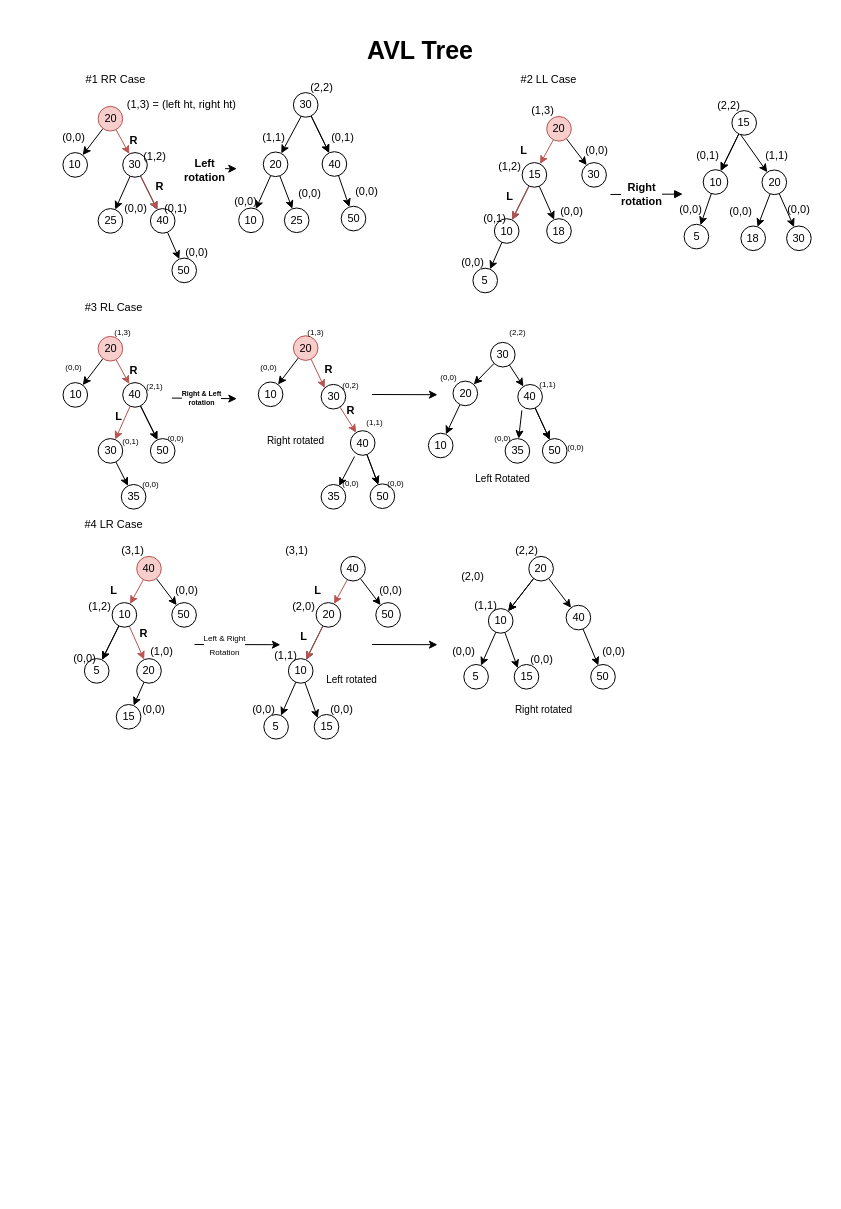
This is AVL.drawio from code-storm/hld-problems, a draw.io file, before an edit. Source tidied: cells renumbered, new cells numbered last; positions are measured from the earlier drawing's top-left corner, leaving out a move shared by most shapes. Both pictures are drawn from the tidied source at 100%, with x=0, y=0 at pixel (17, 34).
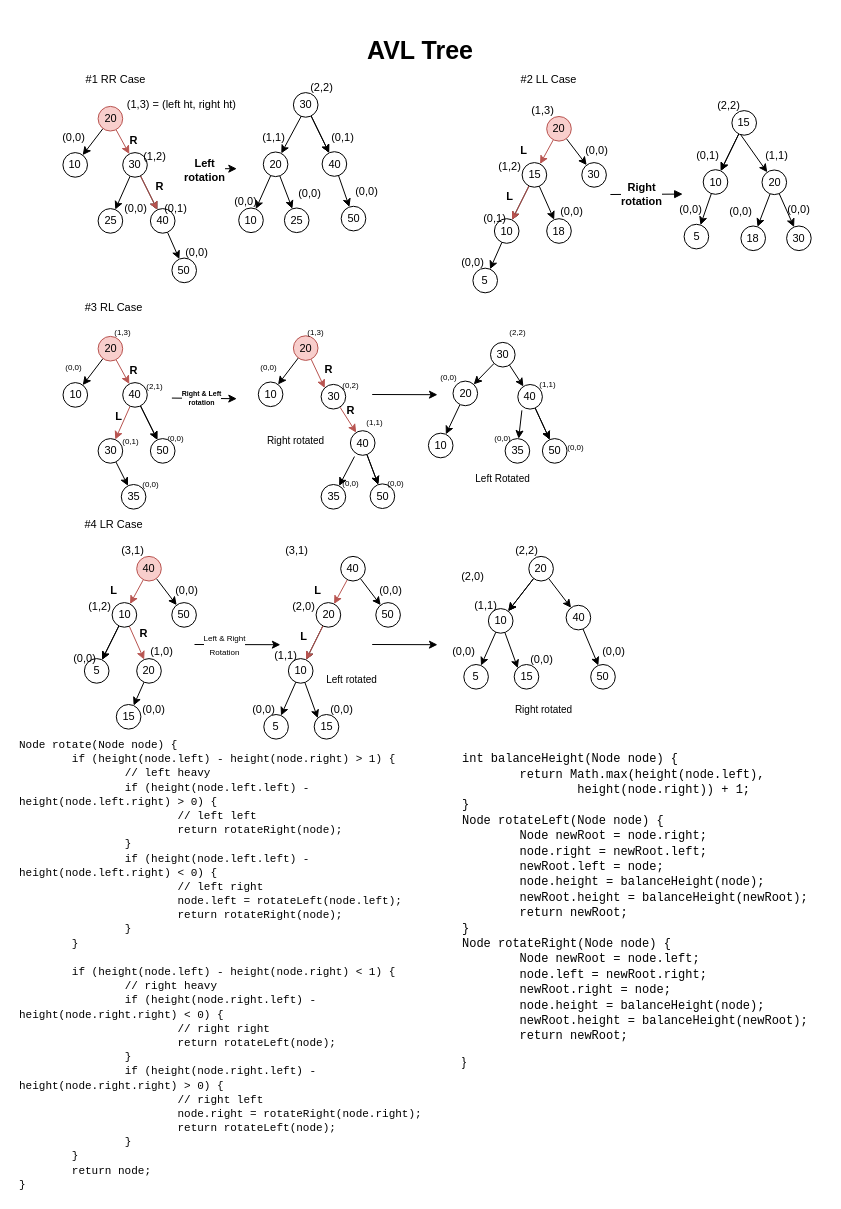
After the change.

What changed in the source:
```diff
@@
+    <mxCell id="221" value="&lt;font style=&quot;font-size: 11px;&quot; face=&quot;Courier New&quot;&gt;Node rotate(Node node) {&lt;/font&gt;&lt;div style=&quot;font-size: 11px;&quot;&gt;&lt;font style=&quot;font-size: 11px;&quot; face=&quot;Courier New&quot;&gt;&lt;span style=&quot;white-space: pre;&quot;&gt;&#9;&lt;/span&gt;if (height(node.left) - height(node.right) &amp;gt; 1) {&lt;/font&gt;&lt;/div&gt;&lt;div style=&quot;font-size: 11px;&quot;&gt;&lt;font style=&quot;font-size: 11px;&quot; face=&quot;Courier New&quot;&gt;&lt;span style=&quot;white-space: pre;&quot;&gt;&#9;&lt;/span&gt;&lt;span style=&quot;white-space: pre;&quot;&gt;&#9;&lt;/span&gt;// left heavy&lt;br&gt;&lt;/font&gt;&lt;/div&gt;&lt;div style=&quot;font-size: 11px;&quot;&gt;&lt;font style=&quot;font-size: 11px;&quot; face=&quot;Courier New&quot;&gt;&lt;span style=&quot;white-space: pre;&quot;&gt;&#9;&lt;/span&gt;&lt;span style=&quot;white-space: pre;&quot;&gt;&#9;&lt;/span&gt;if (height(node.left.left) - height(node.left.right) &amp;gt; 0) {&lt;br&gt;&lt;span style=&quot;white-space: pre;&quot;&gt;&#9;&lt;/span&gt;&lt;span style=&quot;white-space: pre;&quot;&gt;&#9;&lt;/span&gt;&lt;span style=&quot;white-space: pre;&quot;&gt;&#9;&lt;/span&gt;// left left&lt;br&gt;&lt;/font&gt;&lt;/div&gt;&lt;div style=&quot;font-size: 11px;&quot;&gt;&lt;font style=&quot;font-size: 11px;&quot; face=&quot;Courier New&quot;&gt;&lt;span style=&quot;white-space: pre;&quot;&gt;&#9;&lt;/span&gt;&lt;span style=&quot;white-space: pre;&quot;&gt;&#9;&lt;/span&gt;&lt;span style=&quot;white-space: pre;&quot;&gt;&#9;&lt;/span&gt;return rotateRight(node);&lt;br&gt;&lt;/font&gt;&lt;/div&gt;&lt;div style=&quot;font-size: 11px;&quot;&gt;&lt;font style=&quot;font-size: 11px;&quot; face=&quot;Courier New&quot;&gt;&lt;span style=&quot;white-space: pre;&quot;&gt;&#9;&lt;/span&gt;&lt;span style=&quot;white-space: pre;&quot;&gt;&#9;&lt;/span&gt;}&lt;br&gt;&lt;/font&gt;&lt;/div&gt;&lt;div style=&quot;font-size: 11px;&quot;&gt;&lt;font style=&quot;font-size: 11px;&quot; face=&quot;Courier New&quot;&gt;&lt;span style=&quot;white-space: pre;&quot;&gt;&#9;&lt;/span&gt;&lt;span style=&quot;white-space: pre;&quot;&gt;&#9;&lt;/span&gt;if (height(node.left.left) - height(node.left.right) &amp;lt; 0) {&lt;br&gt;&lt;span style=&quot;white-space: pre;&quot;&gt;&#9;&lt;/span&gt;&lt;span style=&quot;white-space: pre;&quot;&gt;&#9;&lt;/span&gt;&lt;span style=&quot;white-space: pre;&quot;&gt;&#9;&lt;/span&gt;// left right&lt;br&gt;&lt;/font&gt;&lt;/div&gt;&lt;div style=&quot;font-size: 11px;&quot;&gt;&lt;font style=&quot;font-size: 11px;&quot; face=&quot;Courier New&quot;&gt;&lt;span style=&quot;white-space: pre;&quot;&gt;&#9;&lt;/span&gt;&lt;span style=&quot;white-space: pre;&quot;&gt;&#9;&lt;/span&gt;&lt;span style=&quot;white-space: pre;&quot;&gt;&#9;&lt;/span&gt;node.left = rotateLeft(node.left);&lt;br&gt;&lt;/font&gt;&lt;/div&gt;&lt;div style=&quot;font-size: 11px;&quot;&gt;&lt;font style=&quot;font-size: 11px;&quot; face=&quot;Courier New&quot;&gt;&lt;span style=&quot;white-space: pre;&quot;&gt;&#9;&lt;/span&gt;&lt;span style=&quot;white-space: pre;&quot;&gt;&#9;&lt;/span&gt;&lt;span style=&quot;white-space: pre;&quot;&gt;&#9;&lt;/span&gt;return rotateRight(node);&lt;br&gt;&lt;/font&gt;&lt;/div&gt;&lt;div style=&quot;font-size: 11px;&quot;&gt;&lt;font style=&quot;font-size: 11px;&quot; face=&quot;Courier New&quot;&gt;&lt;span style=&quot;white-space: pre;&quot;&gt;&#9;&lt;/span&gt;&lt;span style=&quot;white-space: pre;&quot;&gt;&#9;&lt;/span&gt;}&lt;br&gt;&lt;/font&gt;&lt;/div&gt;&lt;div style=&quot;font-size: 11px;&quot;&gt;&lt;font style=&quot;font-size: 11px;&quot; face=&quot;Courier New&quot;&gt;&lt;span style=&quot;white-space: pre;&quot;&gt;&#9;&lt;/span&gt;}&lt;/font&gt;&lt;/div&gt;&lt;div style=&quot;font-size: 11px;&quot;&gt;&lt;font style=&quot;font-size: 11px;&quot; face=&quot;Courier New&quot;&gt;&lt;br&gt;&lt;/font&gt;&lt;/div&gt;&lt;div style=&quot;font-size: 11px;&quot;&gt;&lt;font style=&quot;font-size: 11px;&quot; face=&quot;Courier New&quot;&gt;&lt;span style=&quot;white-space: pre;&quot;&gt;&#9;&lt;/span&gt;if (height(node.left) - height(node.right) &amp;lt; 1) {&lt;/font&gt;&lt;/div&gt;&lt;div style=&quot;font-size: 11px;&quot;&gt;&lt;font style=&quot;font-size: 11px;&quot; face=&quot;Courier New&quot;&gt;&lt;span style=&quot;white-space: pre;&quot;&gt;&#9;&lt;/span&gt;&lt;span style=&quot;white-space: pre;&quot;&gt;&#9;&lt;/span&gt;// right heavy&lt;br&gt;&lt;/font&gt;&lt;/div&gt;&lt;div style=&quot;font-size: 11px;&quot;&gt;&lt;font style=&quot;font-size: 11px;&quot; face=&quot;Courier New&quot;&gt;&lt;span style=&quot;white-space: pre;&quot;&gt;&#9;&lt;/span&gt;&lt;span style=&quot;white-space: pre;&quot;&gt;&#9;&lt;/span&gt;if (height(node.right.left) - height(node.right.right) &amp;lt; 0) {&lt;/font&gt;&lt;/div&gt;&lt;div style=&quot;font-size: 11px;&quot;&gt;&lt;font style=&quot;font-size: 11px;&quot; face=&quot;Courier New&quot;&gt;&lt;span style=&quot;white-space: pre;&quot;&gt;&#9;&lt;/span&gt;&lt;span style=&quot;white-space: pre;&quot;&gt;&#9;&lt;/span&gt;&lt;span style=&quot;white-space: pre;&quot;&gt;&#9;&lt;/span&gt;// right right&lt;br&gt;&lt;/font&gt;&lt;/div&gt;&lt;div style=&quot;font-size: 11px;&quot;&gt;&lt;font style=&quot;font-size: 11px;&quot; face=&quot;Courier New&quot;&gt;&lt;span style=&quot;white-space: pre;&quot;&gt;&#9;&lt;/span&gt;&lt;span style=&quot;white-space: pre;&quot;&gt;&#9;&lt;/span&gt;&lt;span style=&quot;white-space: pre;&quot;&gt;&#9;&lt;/span&gt;return rotateLeft(node);&lt;br&gt;&lt;/font&gt;&lt;/div&gt;&lt;div style=&quot;font-size: 11px;&quot;&gt;&lt;font style=&quot;font-size: 11px;&quot; face=&quot;Courier New&quot;&gt;&lt;span style=&quot;white-space: pre;&quot;&gt;&#9;&lt;/span&gt;&lt;span style=&quot;white-space: pre;&quot;&gt;&#9;&lt;/span&gt;}&lt;br&gt;&lt;/font&gt;&lt;/div&gt;&lt;div style=&quot;font-size: 11px;&quot;&gt;&lt;font style=&quot;font-size: 11px;&quot; face=&quot;Courier New&quot;&gt;&lt;span style=&quot;white-space: pre;&quot;&gt;&#9;&lt;/span&gt;&lt;span style=&quot;white-space: pre;&quot;&gt;&#9;&lt;/span&gt;if (height(node.right.left) - height(node.right.right) &amp;gt; 0) {&lt;/font&gt;&lt;/div&gt;&lt;div style=&quot;font-size: 11px;&quot;&gt;&lt;font style=&quot;font-size: 11px;&quot; face=&quot;Courier New&quot;&gt;&lt;span style=&quot;white-space: pre;&quot;&gt;&#9;&lt;/span&gt;&lt;span style=&quot;white-space: pre;&quot;&gt;&#9;&lt;/span&gt;&lt;span style=&quot;white-space: pre;&quot;&gt;&#9;&lt;/span&gt;// right left&lt;br&gt;&lt;/font&gt;&lt;/div&gt;&lt;div style=&quot;font-size: 11px;&quot;&gt;&lt;font style=&quot;font-size: 11px;&quot; face=&quot;Courier New&quot;&gt;&lt;span style=&quot;white-space: pre;&quot;&gt;&#9;&lt;/span&gt;&lt;span style=&quot;white-space: pre;&quot;&gt;&#9;&lt;/span&gt;&lt;span style=&quot;white-space: pre;&quot;&gt;&#9;&lt;/span&gt;node.right = rotateRight(node.right);&lt;br&gt;&lt;/font&gt;&lt;/div&gt;&lt;div style=&quot;font-size: 11px;&quot;&gt;&lt;font style=&quot;font-size: 11px;&quot; face=&quot;Courier New&quot;&gt;&lt;span style=&quot;white-space: pre;&quot;&gt;&#9;&lt;/span&gt;&lt;span style=&quot;white-space: pre;&quot;&gt;&#9;&lt;/span&gt;&lt;span style=&quot;white-space: pre;&quot;&gt;&#9;&lt;/span&gt;return rotateLeft(node);&lt;br&gt;&lt;/font&gt;&lt;/div&gt;&lt;div style=&quot;font-size: 11px;&quot;&gt;&lt;font style=&quot;font-size: 11px;&quot; face=&quot;Courier New&quot;&gt;&lt;span style=&quot;white-space: pre;&quot;&gt;&#9;&lt;/span&gt;&lt;span style=&quot;white-space: pre;&quot;&gt;&#9;&lt;/span&gt;}&lt;br&gt;&lt;/font&gt;&lt;/div&gt;&lt;div style=&quot;font-size: 11px;&quot;&gt;&lt;font style=&quot;font-size: 11px;&quot; face=&quot;Courier New&quot;&gt;&lt;span style=&quot;white-space: pre;&quot;&gt;&#9;&lt;/span&gt;}&lt;/font&gt;&lt;/div&gt;&lt;div style=&quot;font-size: 11px;&quot;&gt;&lt;font style=&quot;font-size: 11px;&quot; face=&quot;Courier New&quot;&gt;&lt;span style=&quot;white-space: pre;&quot;&gt;&#9;&lt;/span&gt;return node;&lt;br&gt;&lt;/font&gt;&lt;div&gt;&lt;font style=&quot;font-size: 11px;&quot; face=&quot;Courier New&quot;&gt;}&lt;/font&gt;&lt;/div&gt;&lt;/div&gt;" style="text;html=1;align=left;verticalAlign=top;whiteSpace=wrap;rounded=0;" parent="1" vertex="1">
+      <mxGeometry y="696" width="407" height="454" as="geometry" />
+    </mxCell>
+    <mxCell id="222" value="&lt;span style=&quot;font-family: &amp;quot;Courier New&amp;quot;; text-wrap: nowrap; background-color: initial;&quot;&gt;int balanceHeight(Node node) {&lt;/span&gt;&lt;br&gt;&lt;span style=&quot;font-family: &amp;quot;Courier New&amp;quot;; white-space: pre; background-color: initial;&quot;&gt;&#9;&lt;/span&gt;&lt;span style=&quot;font-family: &amp;quot;Courier New&amp;quot;; text-wrap: nowrap; background-color: initial;&quot;&gt;return Math.max(height(node.left),&lt;/span&gt;&lt;br&gt;&lt;span style=&quot;font-family: &amp;quot;Courier New&amp;quot;; white-space: pre; background-color: initial;&quot;&gt;&#9;&lt;span style=&quot;white-space: pre;&quot;&gt;&#9;&lt;/span&gt;height(node.right)) + 1;&lt;/span&gt;&lt;br&gt;&lt;span style=&quot;font-family: &amp;quot;Courier New&amp;quot;; text-wrap: nowrap; background-color: initial;&quot;&gt;}&lt;/span&gt;&lt;br&gt;&lt;span style=&quot;background-color: initial; font-family: &amp;quot;Courier New&amp;quot;; text-wrap: nowrap;&quot;&gt;Node rotateLeft(Node node) {&lt;/span&gt;&lt;br&gt;&lt;span style=&quot;font-family: &amp;quot;Courier New&amp;quot;; white-space: pre; background-color: initial;&quot;&gt;&#9;&lt;/span&gt;&lt;span style=&quot;font-family: &amp;quot;Courier New&amp;quot;; text-wrap: nowrap; background-color: initial;&quot;&gt;Node newRoot = node.right;&lt;/span&gt;&lt;br&gt;&lt;span style=&quot;white-space: pre; font-family: &amp;quot;Courier New&amp;quot;; background-color: initial;&quot;&gt;&#9;&lt;/span&gt;&lt;span style=&quot;font-family: &amp;quot;Courier New&amp;quot;; text-wrap: nowrap; background-color: initial;&quot;&gt;node.right = newRoot.left;&lt;/span&gt;&lt;br&gt;&lt;span style=&quot;white-space: pre; font-family: &amp;quot;Courier New&amp;quot;; background-color: initial;&quot;&gt;&#9;&lt;/span&gt;&lt;span style=&quot;font-family: &amp;quot;Courier New&amp;quot;; text-wrap: nowrap; background-color: initial;&quot;&gt;newRoot.left = node;&lt;/span&gt;&lt;br&gt;&lt;font face=&quot;Courier New&quot; style=&quot;font-family: &amp;quot;Courier New&amp;quot;; text-wrap: nowrap; background-color: initial;&quot;&gt;&lt;span style=&quot;white-space-collapse: preserve;&quot;&gt;&#9;&lt;/span&gt;node.height = balanceHeight(node)&lt;/font&gt;&lt;span style=&quot;font-family: &amp;quot;Courier New&amp;quot;; text-wrap: nowrap; background-color: initial;&quot;&gt;;&lt;/span&gt;&lt;br&gt;&lt;font face=&quot;Courier New&quot; style=&quot;text-wrap: nowrap; background-color: initial;&quot;&gt;&lt;span style=&quot;white-space-collapse: preserve;&quot;&gt;&#9;&lt;/span&gt;newRoot.height =&amp;nbsp;&lt;/font&gt;&lt;span style=&quot;text-wrap: nowrap; background-color: initial; font-family: &amp;quot;Courier New&amp;quot;;&quot;&gt;balanceHeight(newRoot);&lt;/span&gt;&lt;br&gt;&lt;span style=&quot;white-space: pre; background-color: initial; font-family: &amp;quot;Courier New&amp;quot;;&quot;&gt;&#9;&lt;/span&gt;&lt;span style=&quot;text-wrap: nowrap; background-color: initial; font-family: &amp;quot;Courier New&amp;quot;;&quot;&gt;return newRoot;&lt;/span&gt;&lt;br&gt;&lt;span style=&quot;background-color: initial; font-family: &amp;quot;Courier New&amp;quot;; text-wrap: nowrap;&quot;&gt;}&lt;/span&gt;&lt;br&gt;&lt;span style=&quot;background-color: initial; font-family: &amp;quot;Courier New&amp;quot;; text-wrap: nowrap;&quot;&gt;Node rotateRight(Node node) {&lt;/span&gt;&lt;br&gt;&lt;span style=&quot;white-space: pre; font-family: &amp;quot;Courier New&amp;quot;; background-color: initial;&quot;&gt;&#9;&lt;/span&gt;&lt;span style=&quot;font-family: &amp;quot;Courier New&amp;quot;; text-wrap: nowrap; background-color: initial;&quot;&gt;Node newRoot = node.left;&lt;/span&gt;&lt;br&gt;&lt;span style=&quot;white-space: pre; font-family: &amp;quot;Courier New&amp;quot;; background-color: initial;&quot;&gt;&#9;&lt;/span&gt;&lt;span style=&quot;font-family: &amp;quot;Courier New&amp;quot;; text-wrap: nowrap; background-color: initial;&quot;&gt;node.left = newRoot.right;&lt;/span&gt;&lt;br&gt;&lt;span style=&quot;white-space: pre; font-family: &amp;quot;Courier New&amp;quot;; background-color: initial;&quot;&gt;&#9;&lt;/span&gt;&lt;span style=&quot;font-family: &amp;quot;Courier New&amp;quot;; text-wrap: nowrap; background-color: initial;&quot;&gt;newRoot.right = node;&lt;/span&gt;&lt;br&gt;&lt;font face=&quot;Courier New&quot; style=&quot;font-family: &amp;quot;Courier New&amp;quot;; text-wrap: nowrap; background-color: initial;&quot;&gt;&lt;span style=&quot;white-space-collapse: preserve;&quot;&gt;&#9;&lt;/span&gt;node.height =&amp;nbsp;&lt;/font&gt;&lt;font face=&quot;Courier New&quot; style=&quot;font-family: &amp;quot;Courier New&amp;quot;; text-wrap: nowrap; background-color: initial;&quot;&gt;balanceHeight(node)&lt;/font&gt;&lt;span style=&quot;font-family: &amp;quot;Courier New&amp;quot;; text-wrap: nowrap; background-color: initial;&quot;&gt;;&lt;/span&gt;&lt;br&gt;&lt;font face=&quot;Courier New&quot; style=&quot;font-family: &amp;quot;Courier New&amp;quot;; text-wrap: nowrap; background-color: initial;&quot;&gt;&lt;span style=&quot;white-space-collapse: preserve;&quot;&gt;&#9;&lt;/span&gt;newRoot.height =&amp;nbsp;&lt;/font&gt;&lt;font face=&quot;Courier New&quot; style=&quot;font-family: &amp;quot;Courier New&amp;quot;; text-wrap: nowrap; background-color: initial;&quot;&gt;balanceHeight(newRoot)&lt;/font&gt;&lt;span style=&quot;font-family: &amp;quot;Courier New&amp;quot;; text-wrap: nowrap; background-color: initial;&quot;&gt;;&lt;/span&gt;&lt;br&gt;&lt;span style=&quot;font-family: &amp;quot;Courier New&amp;quot;; white-space: pre; background-color: initial;&quot;&gt;&#9;&lt;/span&gt;&lt;span style=&quot;font-family: &amp;quot;Courier New&amp;quot;; text-wrap: nowrap; background-color: initial;&quot;&gt;return newRoot;&lt;/span&gt;&lt;br&gt;&lt;p style=&quot;text-wrap: nowrap; line-height: 100%;&quot;&gt;&lt;span style=&quot;font-family: ESeNSMqWpJ-aVWWHSUAK; background-color: initial;&quot;&gt;}&lt;/span&gt;&lt;/p&gt;" style="text;align=left;verticalAlign=middle;rounded=0;whiteSpace=wrap;html=1;labelPosition=center;verticalLabelPosition=middle;" parent="1" vertex="1">
+      <mxGeometry x="443.3" y="711" width="340.7" height="340" as="geometry" />
+    </mxCell>
```
